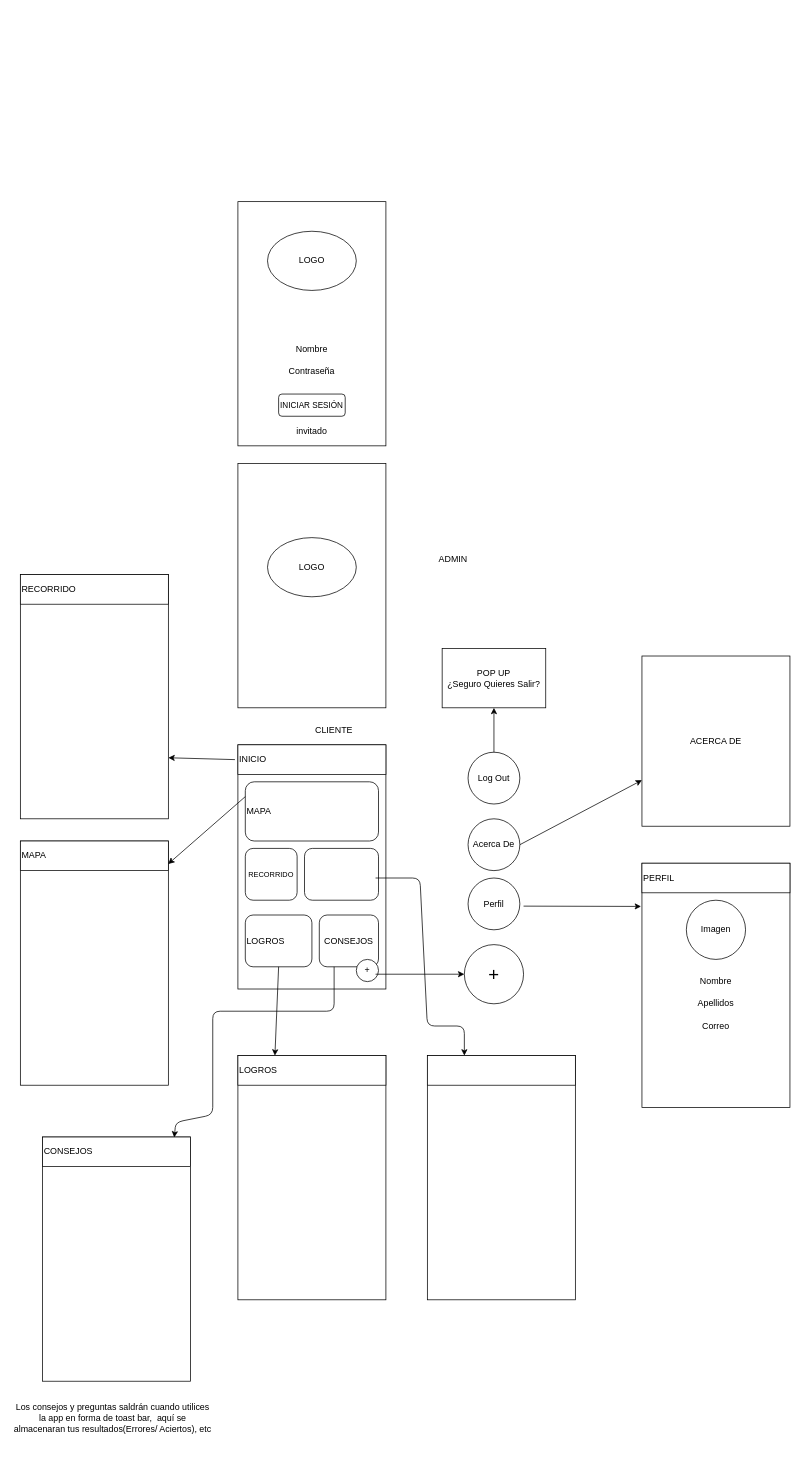
Above: _docs/Diseños UX/Diseño y Diagrama App.drawio in Daferfus/A-Todo-Gas (draw.io), before the change. Source tidied: cells renumbered, new cells numbered last; positions are measured from the earlier drawing's top-left corner, leaving out a move shared by most shapes. Both pictures are drawn from the tidied source at 74%, with x=0, y=0 at pixel (13, 201).
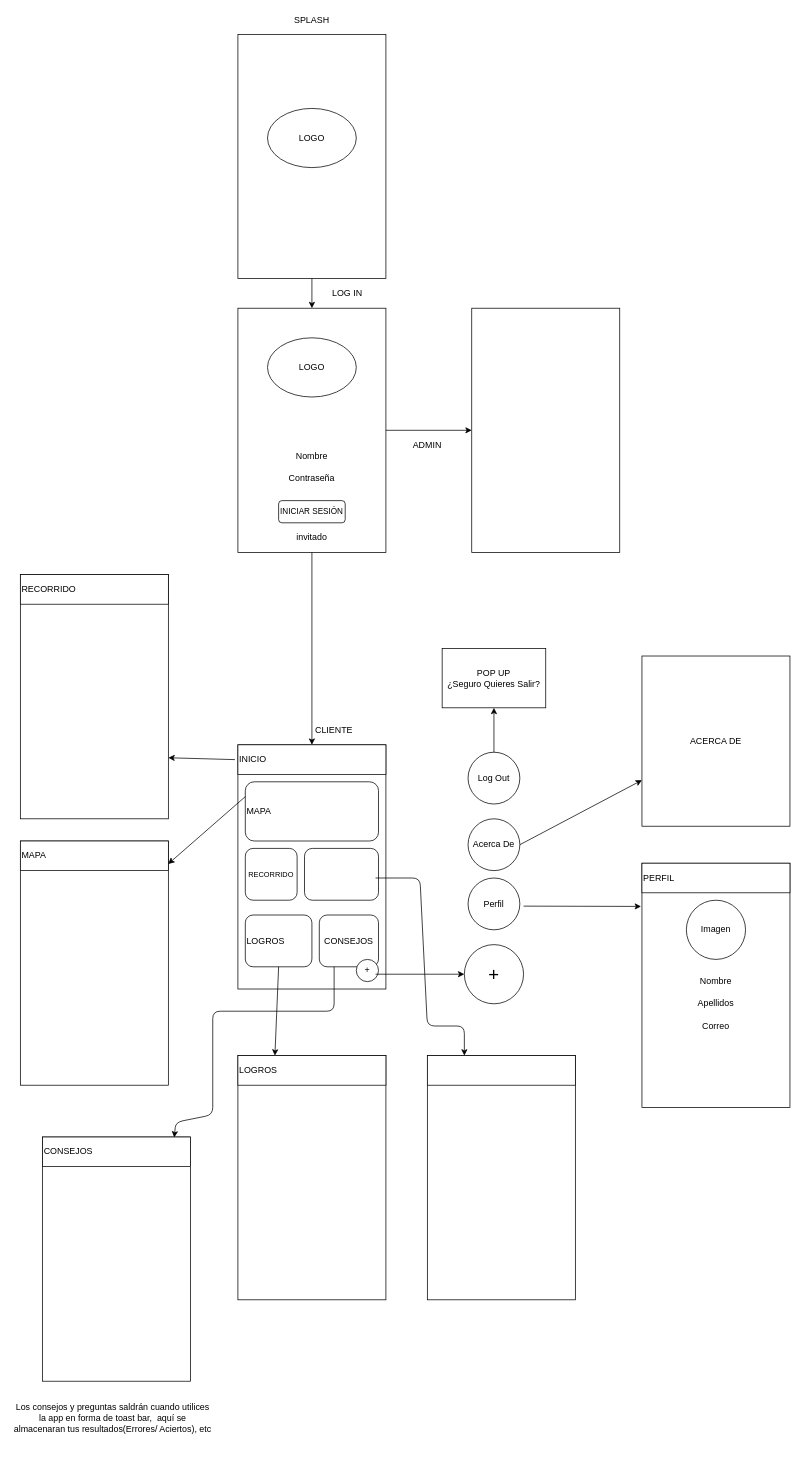
The same page after the edit.

Unchanged cells that the change refers to:
```xml
<mxCell id="9" value="INICIO" style="rounded=0;whiteSpace=wrap;html=1;align=left;" parent="1" vertex="1">
  <mxGeometry x="304" y="734" width="200" height="40" as="geometry" />
</mxCell>
```

What changed in the source:
```diff
@@
     <mxCell id="10" style="rounded=0;whiteSpace=wrap;html=1;" parent="1" vertex="1">
-      <mxGeometry x="304" width="200" height="330" as="geometry" />
+      <mxGeometry x="304" y="144" width="200" height="330" as="geometry" />
     </mxCell>
     <mxCell id="11" value="LOGO" style="ellipse;whiteSpace=wrap;html=1;" parent="1" vertex="1">
-      <mxGeometry x="344" y="40" width="120" height="80" as="geometry" />
+      <mxGeometry x="344" y="184" width="120" height="80" as="geometry" />
     </mxCell>
     <mxCell id="12" value="&lt;font style=&quot;font-size: 11px&quot;&gt;INICIAR SESIÓN&lt;/font&gt;" style="rounded=1;whiteSpace=wrap;html=1;align=center;" parent="1" vertex="1">
-      <mxGeometry x="359" y="260" width="90" height="30" as="geometry" />
+      <mxGeometry x="359" y="404" width="90" height="30" as="geometry" />
     </mxCell>
     <mxCell id="13" value="invitado" style="text;html=1;strokeColor=none;fillColor=none;align=center;verticalAlign=middle;whiteSpace=wrap;rounded=0;" parent="1" vertex="1">
-      <mxGeometry x="384" y="300" width="40" height="20" as="geometry" />
+      <mxGeometry x="384" y="444" width="40" height="20" as="geometry" />
     </mxCell>
     <mxCell id="14" value="Nombre" style="text;html=1;strokeColor=none;fillColor=none;align=center;verticalAlign=middle;whiteSpace=wrap;rounded=0;" parent="1" vertex="1">
-      <mxGeometry x="384" y="190" width="40" height="20" as="geometry" />
+      <mxGeometry x="384" y="334" width="40" height="20" as="geometry" />
     </mxCell>
     <mxCell id="15" value="Contraseña" style="text;html=1;strokeColor=none;fillColor=none;align=center;verticalAlign=middle;whiteSpace=wrap;rounded=0;" parent="1" vertex="1">
-      <mxGeometry x="384" y="220" width="40" height="20" as="geometry" />
+      <mxGeometry x="384" y="364" width="40" height="20" as="geometry" />
     </mxCell>
     <mxCell id="16" style="rounded=0;whiteSpace=wrap;html=1;" parent="1" vertex="1">
-      <mxGeometry x="304" y="354" width="200" height="330" as="geometry" />
+      <mxGeometry x="304" y="-226" width="200" height="330" as="geometry" />
     </mxCell>
     <mxCell id="17" value="LOGO" style="ellipse;whiteSpace=wrap;html=1;" parent="1" vertex="1">
-      <mxGeometry x="344" y="454" width="120" height="80" as="geometry" />
+      <mxGeometry x="344" y="-126" width="120" height="80" as="geometry" />
     </mxCell>
@@
     <mxCell id="34" value="ADMIN" style="text;html=1;strokeColor=none;fillColor=none;align=center;verticalAlign=middle;whiteSpace=wrap;rounded=0;" parent="1" vertex="1">
-      <mxGeometry x="575" y="474" width="40" height="20" as="geometry" />
+      <mxGeometry x="540" y="320" width="40" height="20" as="geometry" />
     </mxCell>
@@
+    <mxCell id="52" style="endArrow=classic;html=1;exitX=0.5;exitY=1;exitDx=0;exitDy=0;entryX=0.5;entryY=0;entryDx=0;entryDy=0;" parent="1" edge="1" source="16" target="10">
+      <mxGeometry relative="1" as="geometry" />
+    </mxCell>
+    <mxCell id="53" style="endArrow=classic;html=1;exitX=0.5;exitY=1;exitDx=0;exitDy=0;entryX=0.5;entryY=0;entryDx=0;entryDy=0;" parent="1" edge="1" source="10" target="9">
+      <mxGeometry relative="1" as="geometry" />
+    </mxCell>
+    <mxCell id="54" value="SPLASH" style="text;html=1;strokeColor=none;fillColor=none;align=center;verticalAlign=middle;whiteSpace=wrap;rounded=0;" parent="1" vertex="1">
+      <mxGeometry x="384" y="-255" width="40" height="20" as="geometry" />
+    </mxCell>
+    <mxCell id="55" value="LOG IN" style="text;html=1;strokeColor=none;fillColor=none;align=center;verticalAlign=middle;whiteSpace=wrap;rounded=0;" parent="1" vertex="1">
+      <mxGeometry x="424" y="114" width="56" height="20" as="geometry" />
+    </mxCell>
+    <mxCell id="56" style="rounded=0;whiteSpace=wrap;html=1;" parent="1" vertex="1">
+      <mxGeometry x="620" y="144" width="200" height="330" as="geometry" />
+    </mxCell>
+    <mxCell id="57" style="endArrow=classic;html=1;entryX=0;entryY=0.5;entryDx=0;entryDy=0;exitX=1;exitY=0.5;exitDx=0;exitDy=0;" parent="1" edge="1" source="10" target="56">
+      <mxGeometry relative="1" as="geometry" />
+    </mxCell>
```
